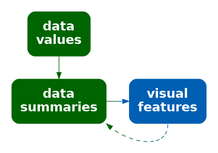
This is Diagrams/stat-vis-decode.png from pmur002/hdvw, a Graphviz export, as it was before one commit. Its source is kept beside it as Diagrams/stat-vis-decode.dot.
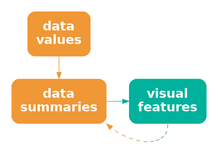
The same file after the commit.

The edit, as a diff of the source:
```diff
@@ -1,12 +1,12 @@
 digraph {
   graph [ rankdir=LR; margin=.2; nodesep=.5 ];
   node [ fontsize=20; fontname="sans bold"; margin=.2 ];
-  data [ label="data\nvalues"; shape=box; style="filled, rounded"; penwidth=0; fontcolor=white; fillcolor="#006400" ]
-  stat [ label="data\nsummaries"; shape=box; style="filled, rounded"; penwidth=0; fontcolor=white; fillcolor="#006400" ]
+  data [ label="data\nvalues"; shape=box; style="filled, rounded"; penwidth=0; fontcolor=white; fillcolor="#F09736" ]
+  stat [ label="data\nsummaries"; shape=box; style="filled, rounded"; penwidth=0; fontcolor=white; fillcolor="#F09736" ]
   vis [ label="visual\nfeatures"; shape=box;
-     style="filled, rounded"; penwidth=0; fontcolor=white; fillcolor="#005FB2" ]
-  data -> stat [ color="#006400" ]
-  stat -> vis [ color="#006400;0.1:#006314;0.1:#006328;0.1:#00623B;0.1:#00624F;0.1:#006163;0.1:#006177;0.1:#00608A;0.1:#00609E;0.1:#005FB2;0.1" ]
-  vis:s -> stat:se [ style="dashed", color="#005FB2;0.1:#00609E;0.1:#00608A;0.1:#006177;0.1:#006163;0.1:#00624F;0.1:#00623B;0.1:#006328;0.1:#006314;0.1:#006400;0.1" ]
+     style="filled, rounded"; penwidth=0; fontcolor=white; fillcolor="#00B19B" ]
+  data -> stat [ color="#F09736" ]
+  stat -> vis [ color="#F09736;0.1:#D59A41;0.1:#BB9D4C;0.1:#A0A058;0.1:#85A363;0.1:#6BA56E;0.1:#50A879;0.1:#35AB85;0.1:#1BAE90;0.1:#00B19B;0.1" ]
+  vis:s -> stat:se [ style="dashed", color="#00B19B;0.1:#1BAE90;0.1:#35AB85;0.1:#50A879;0.1:#6BA56E;0.1:#85A363;0.1:#A0A058;0.1:#BB9D4C;0.1:#D59A41;0.1:#F09736;0.1" ]
 { rank=same; data, stat }
 }
```
